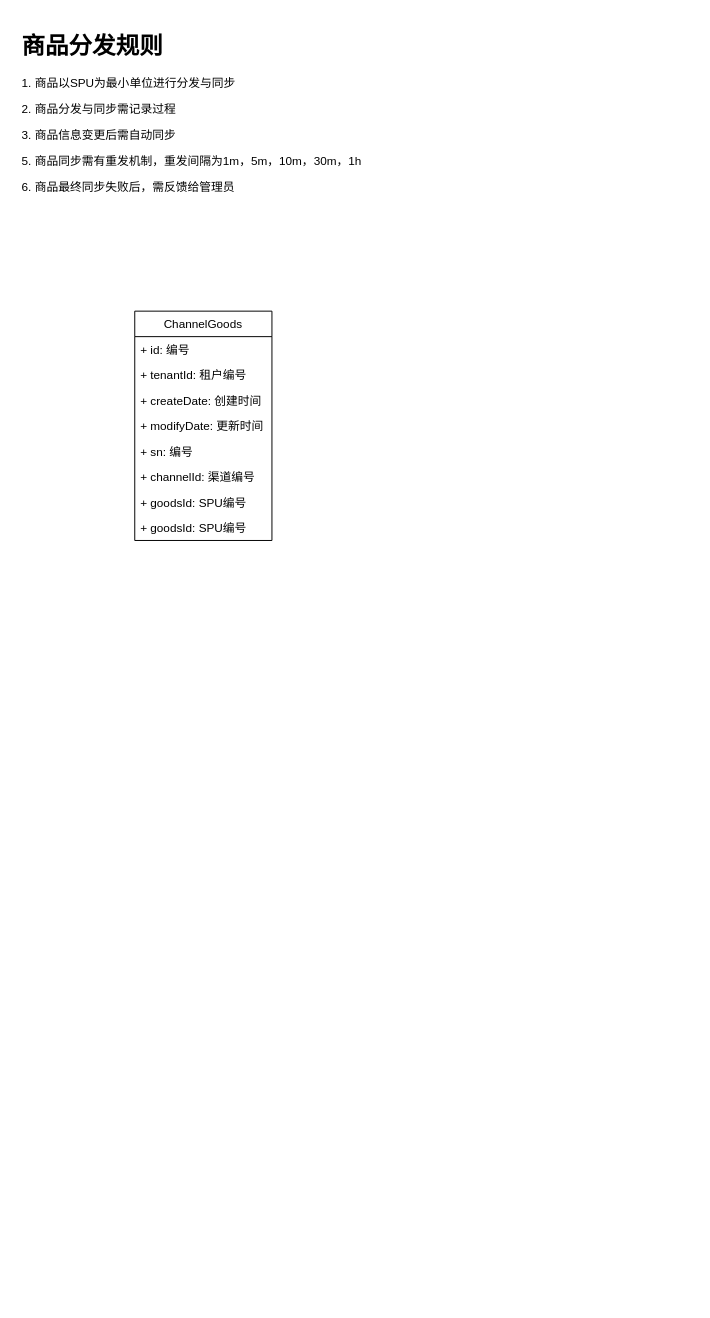
lycwukang/diagrams keeps this draw.io diagram as AMS商品异步同步流程.drawio. Above is the earlier version. Source tidied: cells renumbered, new cells numbered last; positions are measured from the earlier drawing's top-left corner, leaving out a move shared by most shapes. Both pictures are drawn from the tidied source at 98%, with x=0, y=0 at pixel (17, 26).
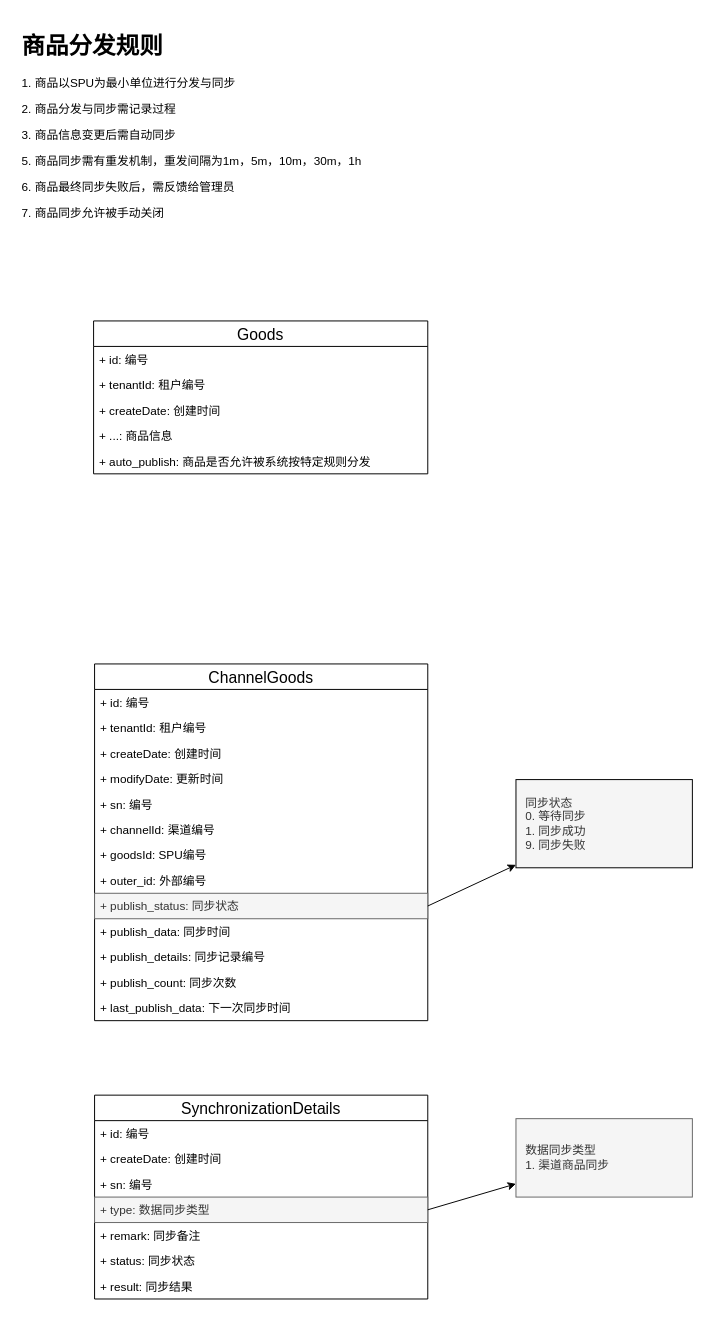
Above is the later version.

Commit message (it also covers changes not shown here):
更新AMS商品异步同步流程.drawio

The edit, as a diff of the source:
```diff
@@
-    <mxCell id="2" value="&lt;h1&gt;商品分发规则&lt;/h1&gt;&lt;p&gt;1. 商品以SPU为最小单位进行分发与同步&lt;/p&gt;&lt;p&gt;2. 商品分发与同步需记录过程&lt;/p&gt;&lt;p&gt;3. 商品信息变更后需自动同步&lt;/p&gt;&lt;p&gt;5. 商品同步需有重发机制，重发间隔为1m，5m，10m，30m，1h&lt;/p&gt;&lt;p&gt;6. 商品最终同步失败后，需反馈给管理员&lt;/p&gt;" style="text;html=1;strokeColor=none;fillColor=none;spacing=5;spacingTop=-20;whiteSpace=wrap;overflow=hidden;rounded=0;" parent="1" vertex="1">
-      <mxGeometry width="420" height="180" as="geometry" />
+    <mxCell id="2" value="&lt;h1&gt;商品分发规则&lt;/h1&gt;&lt;p&gt;1. 商品以SPU为最小单位进行分发与同步&lt;/p&gt;&lt;p&gt;2. 商品分发与同步需记录过程&lt;/p&gt;&lt;p&gt;3. 商品信息变更后需自动同步&lt;/p&gt;&lt;p&gt;5. 商品同步需有重发机制，重发间隔为1m，5m，10m，30m，1h&lt;/p&gt;&lt;p&gt;6. 商品最终同步失败后，需反馈给管理员&lt;/p&gt;&lt;p&gt;7. 商品同步允许被手动关闭&lt;/p&gt;" style="text;html=1;strokeColor=none;fillColor=none;spacing=5;spacingTop=-20;whiteSpace=wrap;overflow=hidden;rounded=0;" parent="1" vertex="1">
+      <mxGeometry width="420" height="210" as="geometry" />
     </mxCell>
-    <mxCell id="3" value="ChannelGoods" style="swimlane;fontStyle=0;horizontal=1;startSize=26;fillColor=none;" parent="1" vertex="1">
-      <mxGeometry x="120" y="290" width="140" height="234" as="geometry" />
+    <mxCell id="3" value="ChannelGoods" style="swimlane;fontStyle=0;horizontal=1;startSize=26;fillColor=none;fontSize=16;" parent="1" vertex="1">
+      <mxGeometry x="79" y="650" width="340" height="364" as="geometry" />
     </mxCell>
     <mxCell id="4" value="+ id: 编号" style="text;strokeColor=none;fillColor=none;align=left;verticalAlign=top;spacingLeft=4;spacingRight=4;overflow=hidden;" parent="3" vertex="1">
-      <mxGeometry y="26" width="140" height="26" as="geometry" />
+      <mxGeometry y="26" width="340" height="26" as="geometry" />
     </mxCell>
     <mxCell id="5" value="+ tenantId: 租户编号" style="text;strokeColor=none;fillColor=none;align=left;verticalAlign=top;spacingLeft=4;spacingRight=4;overflow=hidden;" parent="3" vertex="1">
-      <mxGeometry y="52" width="140" height="26" as="geometry" />
+      <mxGeometry y="52" width="340" height="26" as="geometry" />
     </mxCell>
     <mxCell id="6" value="+ createDate: 创建时间" style="text;strokeColor=none;fillColor=none;align=left;verticalAlign=top;spacingLeft=4;spacingRight=4;overflow=hidden;" parent="3" vertex="1">
-      <mxGeometry y="78" width="140" height="26" as="geometry" />
+      <mxGeometry y="78" width="340" height="26" as="geometry" />
     </mxCell>
     <mxCell id="7" value="+ modifyDate: 更新时间" style="text;strokeColor=none;fillColor=none;align=left;verticalAlign=top;spacingLeft=4;spacingRight=4;overflow=hidden;" parent="3" vertex="1">
-      <mxGeometry y="104" width="140" height="26" as="geometry" />
+      <mxGeometry y="104" width="340" height="26" as="geometry" />
     </mxCell>
     <mxCell id="8" value="+ sn: 编号" style="text;strokeColor=none;fillColor=none;align=left;verticalAlign=top;spacingLeft=4;spacingRight=4;overflow=hidden;" parent="3" vertex="1">
-      <mxGeometry y="130" width="140" height="26" as="geometry" />
+      <mxGeometry y="130" width="340" height="26" as="geometry" />
     </mxCell>
     <mxCell id="9" value="+ channelId: 渠道编号" style="text;strokeColor=none;fillColor=none;align=left;verticalAlign=top;spacingLeft=4;spacingRight=4;overflow=hidden;" parent="3" vertex="1">
-      <mxGeometry y="156" width="140" height="26" as="geometry" />
+      <mxGeometry y="156" width="340" height="26" as="geometry" />
     </mxCell>
     <mxCell id="10" value="+ goodsId: SPU编号" style="text;strokeColor=none;fillColor=none;align=left;verticalAlign=top;spacingLeft=4;spacingRight=4;overflow=hidden;" parent="3" vertex="1">
-      <mxGeometry y="182" width="140" height="26" as="geometry" />
+      <mxGeometry y="182" width="340" height="26" as="geometry" />
     </mxCell>
+    <mxCell id="12" value="+ outer_id: 外部编号" style="text;strokeColor=none;fillColor=none;align=left;verticalAlign=top;spacingLeft=4;spacingRight=4;overflow=hidden;" parent="3" vertex="1">
+      <mxGeometry y="208" width="340" height="26" as="geometry" />
+    </mxCell>
-    <mxCell id="11" value="+ goodsId: SPU编号" style="text;strokeColor=none;fillColor=none;align=left;verticalAlign=top;spacingLeft=4;spacingRight=4;overflow=hidden;points=[[0,0.5],[1,0.5]];portConstraint=eastwest;" parent="3" vertex="1">
-      <mxGeometry y="208" width="140" height="26" as="geometry" />
+    <mxCell id="11" value="+ publish_status: 同步状态" style="text;strokeColor=#666666;fillColor=#f5f5f5;align=left;verticalAlign=top;spacingLeft=4;spacingRight=4;overflow=hidden;points=[[0,0.5],[1,0.5]];portConstraint=eastwest;fontColor=#333333;" parent="3" vertex="1">
+      <mxGeometry y="234" width="340" height="26" as="geometry" />
     </mxCell>
+    <mxCell id="13" value="+ publish_data: 同步时间" style="text;strokeColor=none;fillColor=none;align=left;verticalAlign=top;spacingLeft=4;spacingRight=4;overflow=hidden;" parent="3" vertex="1">
+      <mxGeometry y="260" width="340" height="26" as="geometry" />
+    </mxCell>
+    <mxCell id="14" value="+ publish_details: 同步记录编号" style="text;strokeColor=none;fillColor=none;align=left;verticalAlign=top;spacingLeft=4;spacingRight=4;overflow=hidden;" parent="3" vertex="1">
+      <mxGeometry y="286" width="340" height="26" as="geometry" />
+    </mxCell>
+    <mxCell id="15" value="+ publish_count: 同步次数" style="text;strokeColor=none;fillColor=none;align=left;verticalAlign=top;spacingLeft=4;spacingRight=4;overflow=hidden;" parent="3" vertex="1">
+      <mxGeometry y="312" width="340" height="26" as="geometry" />
+    </mxCell>
+    <mxCell id="16" value="+ last_publish_data: 下一次同步时间" style="text;strokeColor=none;fillColor=none;align=left;verticalAlign=top;spacingLeft=4;spacingRight=4;overflow=hidden;" parent="3" vertex="1">
+      <mxGeometry y="338" width="340" height="26" as="geometry" />
+    </mxCell>
+    <mxCell id="17" value="同步状态&#10;0. 等待同步&#10;1. 同步成功&#10;9. 同步失败" style="text;fillColor=#f5f5f5;spacing=10;spacingTop=0;whiteSpace=wrap;overflow=hidden;rounded=0;fontColor=#333333;fontSize=12;strokeColor=#000000;perimeterSpacing=0;strokeWidth=1;verticalAlign=middle;" parent="1" vertex="1">
+      <mxGeometry x="509" y="768" width="180" height="90" as="geometry" />
+    </mxCell>
+    <mxCell id="18" style="rounded=0;jettySize=auto;html=1;exitX=1;exitY=0.5;exitDx=0;exitDy=0;" parent="1" edge="1" source="11" target="17">
+      <mxGeometry relative="1" as="geometry" />
+    </mxCell>
+    <mxCell id="19" value="SynchronizationDetails" style="swimlane;fontStyle=0;horizontal=1;startSize=26;fillColor=none;strokeColor=#000000;fontSize=16;" parent="1" vertex="1">
+      <mxGeometry x="79" y="1090" width="340" height="208" as="geometry" />
+    </mxCell>
+    <mxCell id="20" value="+ id: 编号" style="text;strokeColor=none;fillColor=none;align=left;verticalAlign=top;spacingLeft=4;spacingRight=4;overflow=hidden;" parent="19" vertex="1">
+      <mxGeometry y="26" width="340" height="26" as="geometry" />
+    </mxCell>
+    <mxCell id="21" value="+ createDate: 创建时间" style="text;strokeColor=none;fillColor=none;align=left;verticalAlign=top;spacingLeft=4;spacingRight=4;overflow=hidden;" parent="19" vertex="1">
+      <mxGeometry y="52" width="340" height="26" as="geometry" />
+    </mxCell>
+    <mxCell id="22" value="+ sn: 编号" style="text;strokeColor=none;fillColor=none;align=left;verticalAlign=top;spacingLeft=4;spacingRight=4;overflow=hidden;" parent="19" vertex="1">
+      <mxGeometry y="78" width="340" height="26" as="geometry" />
+    </mxCell>
+    <mxCell id="23" value="+ type: 数据同步类型" style="text;strokeColor=#666666;fillColor=#f5f5f5;align=left;verticalAlign=top;spacingLeft=4;spacingRight=4;overflow=hidden;points=[[0,0.5],[1,0.5]];portConstraint=eastwest;fontColor=#333333;" parent="19" vertex="1">
+      <mxGeometry y="104" width="340" height="26" as="geometry" />
+    </mxCell>
+    <mxCell id="24" value="+ remark: 同步备注" style="text;strokeColor=none;fillColor=none;align=left;verticalAlign=top;spacingLeft=4;spacingRight=4;overflow=hidden;" parent="19" vertex="1">
+      <mxGeometry y="130" width="340" height="26" as="geometry" />
+    </mxCell>
+    <mxCell id="25" value="+ status: 同步状态" style="text;strokeColor=none;fillColor=none;align=left;verticalAlign=top;spacingLeft=4;spacingRight=4;overflow=hidden;" parent="19" vertex="1">
+      <mxGeometry y="156" width="340" height="26" as="geometry" />
+    </mxCell>
+    <mxCell id="26" value="+ result: 同步结果" style="text;strokeColor=none;fillColor=none;align=left;verticalAlign=top;spacingLeft=4;spacingRight=4;overflow=hidden;" parent="19" vertex="1">
+      <mxGeometry y="182" width="340" height="26" as="geometry" />
+    </mxCell>
+    <mxCell id="27" value="数据同步类型&#10;1. 渠道商品同步" style="text;spacing=10;spacingTop=0;overflow=hidden;rounded=0;fontSize=12;labelBorderColor=none;align=left;fillColor=#f5f5f5;strokeColor=#666666;fontColor=#333333;whiteSpace=wrap;labelBackgroundColor=none;spacingLeft=0;verticalAlign=middle;" parent="1" vertex="1">
+      <mxGeometry x="509" y="1114" width="180" height="80" as="geometry" />
+    </mxCell>
+    <mxCell id="28" style="edgeStyle=none;rounded=0;jettySize=auto;html=1;exitX=1;exitY=0.5;exitDx=0;exitDy=0;fontSize=16;" parent="1" edge="1" source="23" target="27">
+      <mxGeometry relative="1" as="geometry" />
+    </mxCell>
+    <mxCell id="29" value="Goods" style="swimlane;fontStyle=0;horizontal=1;startSize=26;fillColor=none;labelBackgroundColor=none;strokeColor=#000000;strokeWidth=1;fontSize=16;html=0;" parent="1" vertex="1">
+      <mxGeometry x="78" y="300" width="341" height="156" as="geometry" />
+    </mxCell>
+    <mxCell id="30" value="+ id: 编号" style="text;strokeColor=none;fillColor=none;align=left;verticalAlign=top;spacingLeft=4;spacingRight=4;overflow=hidden;" parent="29" vertex="1">
+      <mxGeometry y="26" width="341" height="26" as="geometry" />
+    </mxCell>
+    <mxCell id="31" value="+ tenantId: 租户编号" style="text;strokeColor=none;fillColor=none;align=left;verticalAlign=top;spacingLeft=4;spacingRight=4;overflow=hidden;" parent="29" vertex="1">
+      <mxGeometry y="52" width="341" height="26" as="geometry" />
+    </mxCell>
+    <mxCell id="32" value="+ createDate: 创建时间" style="text;strokeColor=none;fillColor=none;align=left;verticalAlign=top;spacingLeft=4;spacingRight=4;overflow=hidden;" parent="29" vertex="1">
+      <mxGeometry y="78" width="341" height="26" as="geometry" />
+    </mxCell>
+    <mxCell id="33" value="+ ...: 商品信息" style="text;strokeColor=none;fillColor=none;align=left;verticalAlign=top;spacingLeft=4;spacingRight=4;overflow=hidden;" parent="29" vertex="1">
+      <mxGeometry y="104" width="341" height="26" as="geometry" />
+    </mxCell>
+    <mxCell id="34" value="+ auto_publish: 商品是否允许被系统按特定规则分发" style="text;strokeColor=none;fillColor=none;align=left;verticalAlign=top;spacingLeft=4;spacingRight=4;overflow=hidden;" parent="29" vertex="1">
+      <mxGeometry y="130" width="341" height="26" as="geometry" />
+    </mxCell>
```
